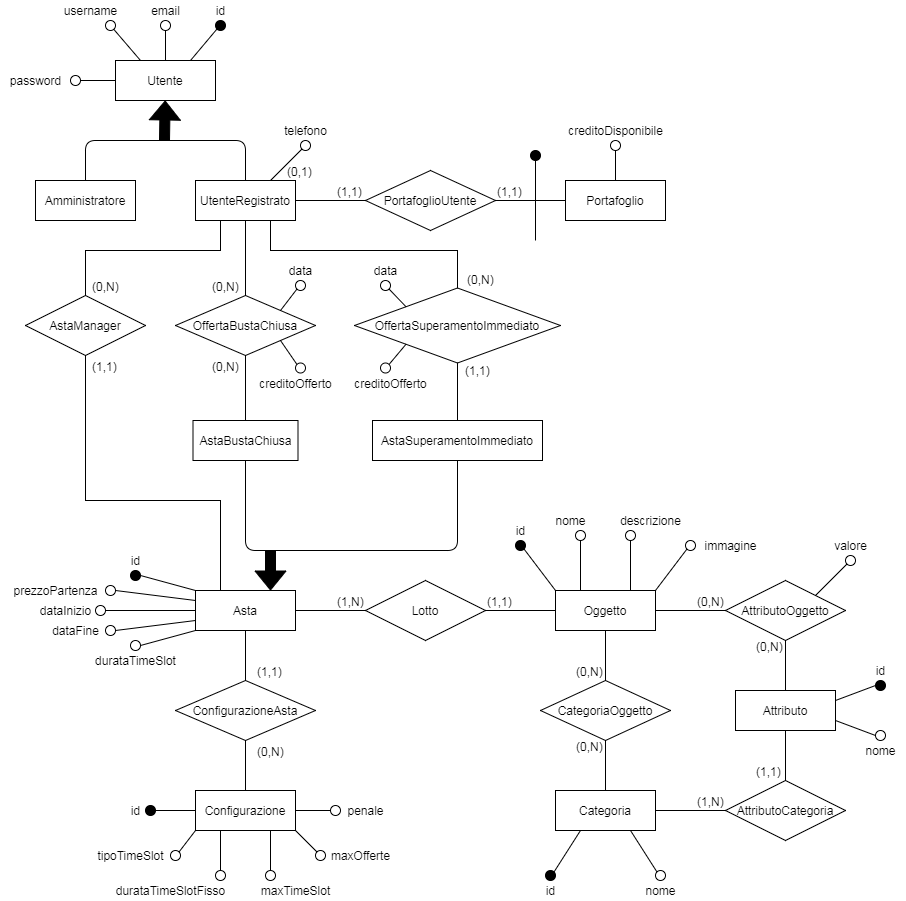
Before: Documentazione/Progettazione/Database/Progettazione concettuale/ER Diagram.png, a diagram exported from draw.io (UnimibSoftEngCourse1920/progetto-aste-2-gruppo-aste-2). Source tidied: cells renumbered, new cells last; positions are measured from the earlier drawing's top-left corner, leaving out a move shared by most shapes.
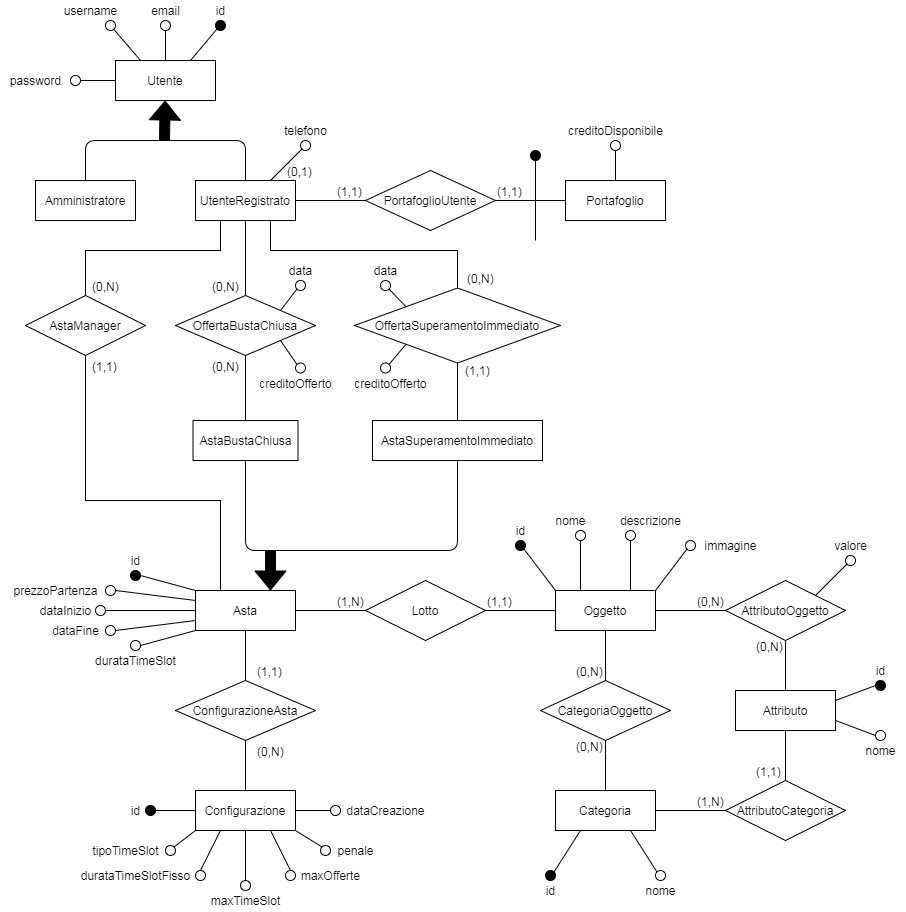
Later version of the same file.

Diff of the diagram source:
```diff
@@ -278,28 +278,28 @@
       <mxGeometry x="145" y="805" width="10" height="10" as="geometry" />
     </mxCell>
     <mxCell id="77" value="tipoTimeSlot" style="text;html=1;align=center;verticalAlign=middle;" parent="1" vertex="1">
-      <mxGeometry x="90" y="845" width="80" height="20" as="geometry" />
+      <mxGeometry x="85" y="840" width="80" height="20" as="geometry" />
     </mxCell>
     <mxCell id="78" style="ellipse;whiteSpace=wrap;html=1;align=center;" parent="1" vertex="1">
-      <mxGeometry x="170" y="850" width="10" height="10" as="geometry" />
+      <mxGeometry x="165" y="845" width="10" height="10" as="geometry" />
     </mxCell>
-    <mxCell id="79" value="maxTimeSlot" style="text;html=1;align=center;verticalAlign=middle;" parent="1" vertex="1">
-      <mxGeometry x="250" y="880" width="90" height="20" as="geometry" />
+    <mxCell id="79" value="maxOfferte" style="text;html=1;align=center;verticalAlign=middle;" parent="1" vertex="1">
+      <mxGeometry x="295" y="865" width="70" height="20" as="geometry" />
     </mxCell>
     <mxCell id="80" style="ellipse;whiteSpace=wrap;html=1;align=center;" parent="1" vertex="1">
-      <mxGeometry x="265" y="870" width="10" height="10" as="geometry" />
+      <mxGeometry x="285" y="870" width="10" height="10" as="geometry" />
     </mxCell>
-    <mxCell id="81" value="maxOfferte" style="text;html=1;align=center;verticalAlign=middle;" parent="1" vertex="1">
-      <mxGeometry x="325" y="845" width="70" height="20" as="geometry" />
+    <mxCell id="81" value="penale" style="text;html=1;align=center;verticalAlign=middle;" parent="1" vertex="1">
+      <mxGeometry x="330" y="840" width="50" height="20" as="geometry" />
     </mxCell>
     <mxCell id="82" style="ellipse;whiteSpace=wrap;html=1;align=center;" parent="1" vertex="1">
-      <mxGeometry x="315" y="850" width="10" height="10" as="geometry" />
+      <mxGeometry x="320" y="845" width="10" height="10" as="geometry" />
     </mxCell>
     <mxCell id="83" value="durataTimeSlotFisso" style="text;html=1;align=center;verticalAlign=middle;" parent="1" vertex="1">
-      <mxGeometry x="105" y="880" width="130" height="20" as="geometry" />
+      <mxGeometry x="70" y="865" width="130" height="20" as="geometry" />
     </mxCell>
     <mxCell id="84" style="ellipse;whiteSpace=wrap;html=1;align=center;" parent="1" vertex="1">
-      <mxGeometry x="215" y="870" width="10" height="10" as="geometry" />
+      <mxGeometry x="195" y="870" width="10" height="10" as="geometry" />
     </mxCell>
     <mxCell id="85" value="data" style="text;html=1;align=center;verticalAlign=middle;" parent="1" vertex="1">
       <mxGeometry x="280" y="260" width="40" height="20" as="geometry" />
@@ -310,8 +310,8 @@
     <mxCell id="87" style="endArrow=none;html=1;rounded=0;labelBackgroundColor=#000000;fillColor=#000000;exitX=1;exitY=0;exitDx=0;exitDy=0;entryX=0;entryY=1;entryDx=0;entryDy=0;" parent="1" edge="1" source="13" target="86">
       <mxGeometry relative="1" as="geometry" />
     </mxCell>
-    <mxCell id="88" value="penale" style="text;html=1;align=center;verticalAlign=middle;" parent="1" vertex="1">
-      <mxGeometry x="340" y="800" width="50" height="20" as="geometry" />
+    <mxCell id="88" value="dataCreazione" style="text;html=1;align=center;verticalAlign=middle;" parent="1" vertex="1">
+      <mxGeometry x="340" y="800" width="90" height="20" as="geometry" />
     </mxCell>
     <mxCell id="89" style="ellipse;whiteSpace=wrap;html=1;align=center;" parent="1" vertex="1">
       <mxGeometry x="330" y="805" width="10" height="10" as="geometry" />
@@ -539,5 +539,14 @@
     <mxCell id="154" style="endArrow=none;html=1;labelBackgroundColor=#000000;fillColor=#000000;exitX=0;exitY=0.5;exitDx=0;exitDy=0;entryX=1;entryY=0.5;entryDx=0;entryDy=0;" parent="1" edge="1" source="15" target="153">
       <mxGeometry relative="1" as="geometry" />
     </mxCell>
+    <mxCell id="155" value="maxTimeSlot" style="text;html=1;align=center;verticalAlign=middle;" parent="1" vertex="1">
+      <mxGeometry x="200" y="890" width="90" height="20" as="geometry" />
+    </mxCell>
+    <mxCell id="156" style="ellipse;whiteSpace=wrap;html=1;align=center;" parent="1" vertex="1">
+      <mxGeometry x="240" y="880" width="10" height="10" as="geometry" />
+    </mxCell>
+    <mxCell id="157" style="endArrow=none;html=1;rounded=0;labelBackgroundColor=#000000;fillColor=#000000;exitX=0.5;exitY=1;exitDx=0;exitDy=0;entryX=0.5;entryY=0;entryDx=0;entryDy=0;" parent="1" edge="1" source="7" target="156">
+      <mxGeometry relative="1" as="geometry" />
+    </mxCell>
   </root>
 </mxGraphModel>
```
